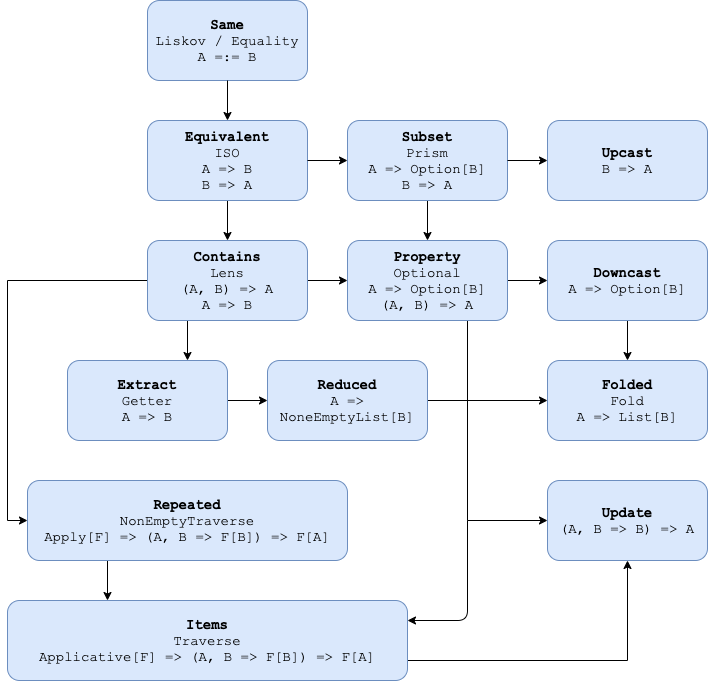
tofu-tf/tofu keeps this draw.io diagram as website/static/docs_img/optics-hierarchy.png. Above is the earlier version. Source tidied: cells renumbered, new cells last; positions are measured from the earlier drawing's top-left corner, leaving out a move shared by most shapes.
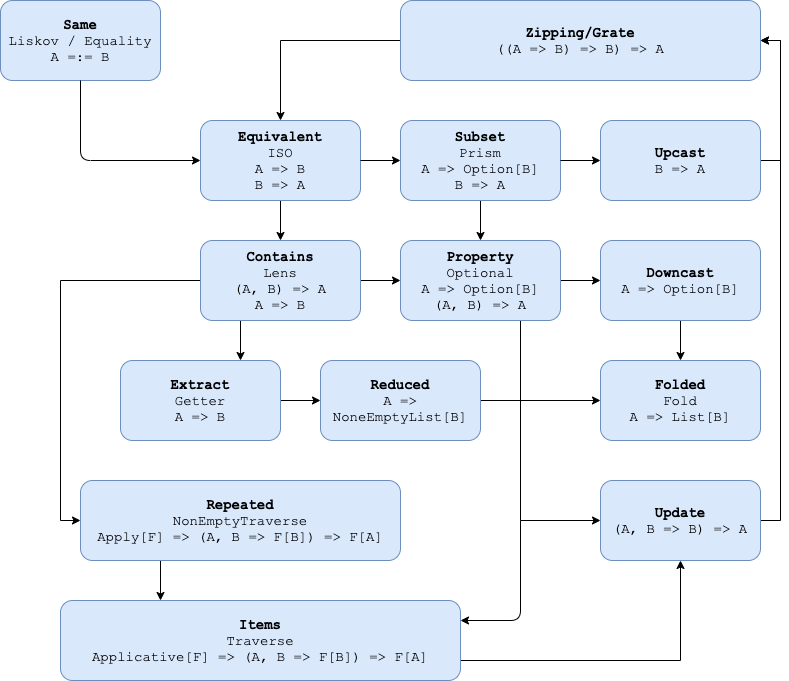
The same diagram one commit later.

Commit message:
Add zipping/grate and drawio file with hierarchy

What changed in the source:
```diff
@@ -3,7 +3,7 @@
     <mxCell id="0" />
     <mxCell id="1" parent="0" />
     <mxCell id="2" value="&lt;b&gt;Same&lt;/b&gt;&lt;br style=&quot;font-size: 14px&quot;&gt;Liskov / Equality&lt;br style=&quot;font-size: 14px&quot;&gt;A =:= B" style="rounded=1;whiteSpace=wrap;html=1;fillColor=#dae8fc;strokeColor=#6c8ebf;fontFamily=Courier New;fontSize=14;" parent="1" vertex="1">
-      <mxGeometry x="140" width="160" height="80" as="geometry" />
+      <mxGeometry x="-60" width="160" height="80" as="geometry" />
     </mxCell>
     <mxCell id="3" style="edgeStyle=orthogonalEdgeStyle;rounded=0;jettySize=auto;html=1;exitX=0.5;exitY=1;exitDx=0;exitDy=0;entryX=0.5;entryY=0;entryDx=0;entryDy=0;fontFamily=Courier New;fontSize=14;" parent="1" edge="1" source="4" target="14">
       <mxGeometry relative="1" as="geometry" />
@@ -11,8 +11,12 @@
     <mxCell id="4" value="&lt;b&gt;Equivalent&lt;/b&gt;&lt;br style=&quot;font-size: 14px&quot;&gt;ISO&lt;br style=&quot;font-size: 14px&quot;&gt;A =&amp;gt; B&lt;br style=&quot;font-size: 14px&quot;&gt;B =&amp;gt; A" style="rounded=1;whiteSpace=wrap;html=1;fontFamily=Courier New;fontSize=14;fillColor=#dae8fc;strokeColor=#6c8ebf;" parent="1" vertex="1">
       <mxGeometry x="140" y="120" width="160" height="80" as="geometry" />
     </mxCell>
-    <mxCell id="5" style="endArrow=classic;html=1;fontFamily=Courier New;fontSize=14;exitX=0.5;exitY=1;exitDx=0;exitDy=0;entryX=0.5;entryY=0;entryDx=0;entryDy=0;" parent="1" edge="1" source="2" target="4">
-      <mxGeometry relative="1" as="geometry" />
+    <mxCell id="5" style="endArrow=classic;html=1;fontFamily=Courier New;fontSize=14;exitX=0.5;exitY=1;exitDx=0;exitDy=0;entryX=0;entryY=0.5;entryDx=0;entryDy=0;" parent="1" edge="1" source="2" target="4">
+      <mxGeometry relative="1" as="geometry">
+        <Array as="points">
+          <mxPoint x="20" y="160" />
+        </Array>
+      </mxGeometry>
     </mxCell>
     <mxCell id="6" style="edgeStyle=orthogonalEdgeStyle;rounded=0;jettySize=auto;html=1;exitX=0.5;exitY=1;exitDx=0;exitDy=0;entryX=0.5;entryY=0;entryDx=0;entryDy=0;fontFamily=Courier New;fontSize=14;" parent="1" edge="1" source="7" target="17">
       <mxGeometry relative="1" as="geometry" />
@@ -20,6 +24,9 @@
     <mxCell id="7" value="&lt;b&gt;Subset&lt;/b&gt;&lt;br&gt;Prism&lt;br&gt;A =&amp;gt; Option[B]&lt;br&gt;B =&amp;gt; A" style="rounded=1;whiteSpace=wrap;html=1;fontFamily=Courier New;fontSize=14;fillColor=#dae8fc;strokeColor=#6c8ebf;" parent="1" vertex="1">
       <mxGeometry x="340" y="120" width="160" height="80" as="geometry" />
     </mxCell>
+    <mxCell id="31" style="edgeStyle=orthogonalEdgeStyle;rounded=0;jettySize=auto;html=1;exitX=1;exitY=0.5;exitDx=0;exitDy=0;entryX=1;entryY=0.5;entryDx=0;entryDy=0;" parent="1" edge="1" source="8" target="34">
+      <mxGeometry relative="1" as="geometry" />
+    </mxCell>
     <mxCell id="8" value="&lt;b&gt;Upcast&lt;br&gt;&lt;/b&gt;B =&amp;gt; A" style="rounded=1;whiteSpace=wrap;html=1;fontFamily=Courier New;fontSize=14;fillColor=#dae8fc;strokeColor=#6c8ebf;" parent="1" vertex="1">
       <mxGeometry x="540" y="120" width="160" height="80" as="geometry" />
     </mxCell>
@@ -83,6 +90,9 @@
     <mxCell id="28" value="&lt;b&gt;Items&lt;/b&gt;&lt;br&gt;Traverse&lt;br&gt;Applicative[F] =&amp;gt; (A, B =&amp;gt; F[B]) =&amp;gt; F[A]" style="rounded=1;whiteSpace=wrap;html=1;fontFamily=Courier New;fontSize=14;fillColor=#dae8fc;strokeColor=#6c8ebf;" parent="1" vertex="1">
       <mxGeometry y="600" width="400" height="80" as="geometry" />
     </mxCell>
+    <mxCell id="32" style="edgeStyle=orthogonalEdgeStyle;rounded=0;jettySize=auto;html=1;exitX=1;exitY=0.5;exitDx=0;exitDy=0;entryX=1;entryY=0.5;entryDx=0;entryDy=0;" parent="1" edge="1" source="29" target="34">
+      <mxGeometry relative="1" as="geometry" />
+    </mxCell>
     <mxCell id="29" value="&lt;b&gt;Update&lt;/b&gt;&lt;br&gt;(A, B =&amp;gt; B) =&amp;gt; A" style="rounded=1;whiteSpace=wrap;html=1;fontFamily=Courier New;fontSize=14;fillColor=#dae8fc;strokeColor=#6c8ebf;" parent="1" vertex="1">
       <mxGeometry x="540" y="480" width="160" height="80" as="geometry" />
     </mxCell>
@@ -94,5 +104,11 @@
         </Array>
       </mxGeometry>
     </mxCell>
+    <mxCell id="33" style="edgeStyle=orthogonalEdgeStyle;rounded=0;jettySize=auto;html=1;exitX=0;exitY=0.5;exitDx=0;exitDy=0;entryX=0.5;entryY=0;entryDx=0;entryDy=0;" parent="1" edge="1" source="34" target="4">
+      <mxGeometry relative="1" as="geometry" />
+    </mxCell>
+    <mxCell id="34" value="&lt;font style=&quot;font-size: 14px&quot; face=&quot;Courier New&quot;&gt;&lt;b&gt;Zipping/Grate&lt;/b&gt;&lt;br&gt;((A =&amp;gt; B) =&amp;gt; B) =&amp;gt; A&lt;br&gt;&lt;/font&gt;" style="rounded=1;whiteSpace=wrap;html=1;fillColor=#dae8fc;strokeColor=#6c8ebf;" parent="1" vertex="1">
+      <mxGeometry x="340" width="360" height="80" as="geometry" />
+    </mxCell>
   </root>
 </mxGraphModel>
```
